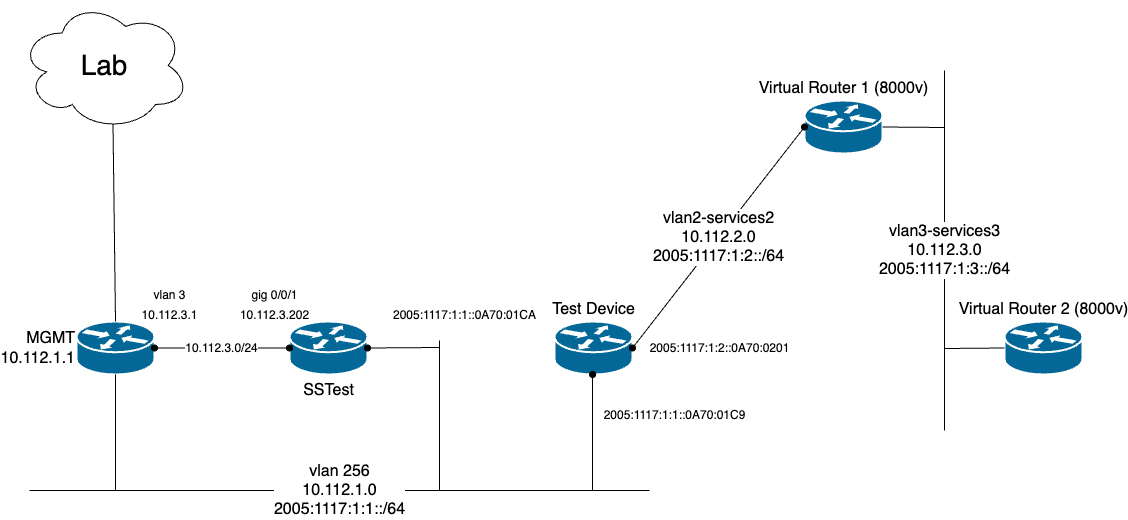
Above: Network_Diagram.png in JSkrab/Cisco_IPv6_Testing (draw.io), before the change. Source tidied: cells renumbered, new cells last; positions are measured from the earlier drawing's top-left corner, leaving out a move shared by most shapes.
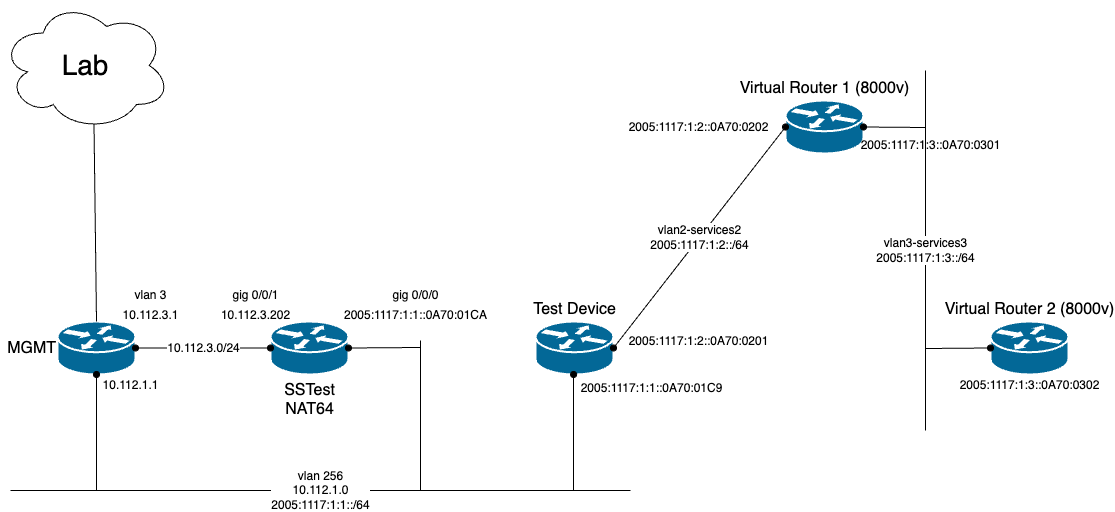
The same diagram one commit later.

Change to the diagram source:
```diff
@@ -5,7 +5,7 @@
     <mxCell id="2" value="&lt;font style=&quot;font-size: 28px;&quot;&gt;Lab&lt;/font&gt;" style="ellipse;shape=cloud;whiteSpace=wrap;html=1;" parent="1" vertex="1">
       <mxGeometry width="170" height="130" as="geometry" />
     </mxCell>
-    <mxCell id="3" value="&lt;span style=&quot;font-size: 16px;&quot;&gt;MGMT&lt;br&gt;10.112.1.1&lt;br&gt;&lt;/span&gt;" style="shape=mxgraph.cisco.routers.router;sketch=0;html=1;dashed=0;fillColor=#036897;strokeColor=#ffffff;strokeWidth=2;verticalLabelPosition=middle;verticalAlign=middle;align=right;outlineConnect=0;labelPosition=left;textDirection=ltr;" parent="1" vertex="1">
+    <mxCell id="3" value="&lt;span style=&quot;font-size: 16px;&quot;&gt;MGMT&lt;br&gt;&lt;/span&gt;" style="shape=mxgraph.cisco.routers.router;sketch=0;html=1;dashed=0;fillColor=#036897;strokeColor=#ffffff;strokeWidth=2;verticalLabelPosition=middle;verticalAlign=middle;align=right;outlineConnect=0;labelPosition=left;textDirection=ltr;" parent="1" vertex="1">
       <mxGeometry x="57" y="321" width="78" height="53" as="geometry" />
     </mxCell>
     <mxCell id="4" value="&lt;font style=&quot;font-size: 16px;&quot;&gt;Test Device&lt;/font&gt;" style="shape=mxgraph.cisco.routers.router;sketch=0;html=1;dashed=0;fillColor=#036897;strokeColor=#ffffff;strokeWidth=2;verticalLabelPosition=top;verticalAlign=bottom;align=center;outlineConnect=0;labelPosition=center;" parent="1" vertex="1">
@@ -15,31 +15,31 @@
       <mxGeometry x="785" y="100" width="78" height="53" as="geometry" />
     </mxCell>
     <mxCell id="6" value="&lt;font style=&quot;font-size: 16px;&quot;&gt;Virtual Router 2 (8000v)&lt;/font&gt;" style="shape=mxgraph.cisco.routers.router;sketch=0;html=1;dashed=0;fillColor=#036897;strokeColor=#ffffff;strokeWidth=2;verticalLabelPosition=top;verticalAlign=bottom;align=center;outlineConnect=0;labelPosition=center;" parent="1" vertex="1">
-      <mxGeometry x="985" y="321" width="78" height="53" as="geometry" />
+      <mxGeometry x="990" y="321" width="78" height="53" as="geometry" />
     </mxCell>
-    <mxCell id="7" value="&lt;font style=&quot;font-size: 16px;&quot;&gt;SSTest&lt;/font&gt;" style="shape=mxgraph.cisco.routers.router;sketch=0;html=1;dashed=0;fillColor=#036897;strokeColor=#ffffff;strokeWidth=2;verticalLabelPosition=bottom;verticalAlign=top;align=center;outlineConnect=0;" parent="1" vertex="1">
+    <mxCell id="7" value="&lt;font style=&quot;font-size: 16px;&quot;&gt;SSTest&lt;br&gt;NAT64&lt;br&gt;&lt;/font&gt;" style="shape=mxgraph.cisco.routers.router;sketch=0;html=1;dashed=0;fillColor=#036897;strokeColor=#ffffff;strokeWidth=2;verticalLabelPosition=bottom;verticalAlign=top;align=center;outlineConnect=0;" parent="1" vertex="1">
       <mxGeometry x="270" y="321" width="78" height="53" as="geometry" />
     </mxCell>
-    <mxCell id="8" value="&lt;font style=&quot;font-size: 16px;&quot;&gt;vlan2-services2&lt;br&gt;10.112.2.0&lt;br&gt;2005:1117:1:2::/64&lt;br&gt;&lt;/font&gt;" style="endArrow=oval;html=1;rounded=0;entryX=1;entryY=0.5;entryDx=0;entryDy=0;entryPerimeter=0;exitX=0;exitY=0.5;exitDx=0;exitDy=0;exitPerimeter=0;startArrow=oval;startFill=1;endFill=1;" parent="1" edge="1" source="5" target="4">
+    <mxCell id="8" value="&lt;font style=&quot;font-size: 12px;&quot;&gt;vlan2-services2&lt;br&gt;2005:1117:1:2::/64&lt;br&gt;&lt;/font&gt;" style="endArrow=oval;html=1;rounded=0;entryX=1;entryY=0.5;entryDx=0;entryDy=0;entryPerimeter=0;exitX=0;exitY=0.5;exitDx=0;exitDy=0;exitPerimeter=0;startArrow=oval;startFill=1;endFill=1;" parent="1" edge="1" source="5" target="4">
       <mxGeometry relative="1" as="geometry" />
     </mxCell>
-    <mxCell id="9" style="endArrow=none;html=1;rounded=0;entryX=1;entryY=0.5;entryDx=0;entryDy=0;entryPerimeter=0;" parent="1" edge="1" target="5">
+    <mxCell id="9" style="endArrow=oval;html=1;rounded=0;entryX=1;entryY=0.5;entryDx=0;entryDy=0;entryPerimeter=0;startArrow=none;startFill=0;endFill=1;" parent="1" edge="1" target="5">
       <mxGeometry relative="1" as="geometry">
         <mxPoint x="925" y="127" as="sourcePoint" />
       </mxGeometry>
     </mxCell>
-    <mxCell id="10" value="&lt;font style=&quot;font-size: 16px;&quot;&gt;vlan3-services3&lt;br&gt;10.112.3.0&lt;br&gt;2005:1117:1:3::/64&lt;/font&gt;" style="endArrow=none;html=1;rounded=0;" parent="1" edge="1">
+    <mxCell id="10" value="&lt;font style=&quot;font-size: 12px;&quot;&gt;vlan3-services3&lt;br&gt;2005:1117:1:3::/64&lt;/font&gt;" style="endArrow=none;html=1;rounded=0;" parent="1" edge="1">
       <mxGeometry relative="1" as="geometry">
         <mxPoint x="925" y="430" as="sourcePoint" />
         <mxPoint x="925" y="70" as="targetPoint" />
       </mxGeometry>
     </mxCell>
-    <mxCell id="11" style="endArrow=none;html=1;rounded=0;entryX=0;entryY=0.5;entryDx=0;entryDy=0;entryPerimeter=0;" parent="1" edge="1" target="6">
+    <mxCell id="11" style="endArrow=oval;html=1;rounded=0;entryX=0;entryY=0.5;entryDx=0;entryDy=0;entryPerimeter=0;endFill=1;" parent="1" edge="1" target="6">
       <mxGeometry relative="1" as="geometry">
         <mxPoint x="925" y="348" as="sourcePoint" />
       </mxGeometry>
     </mxCell>
-    <mxCell id="12" style="endArrow=none;html=1;rounded=0;entryX=0.5;entryY=1;entryDx=0;entryDy=0;entryPerimeter=0;" parent="1" edge="1" target="3">
+    <mxCell id="12" style="endArrow=oval;html=1;rounded=0;entryX=0.5;entryY=1;entryDx=0;entryDy=0;entryPerimeter=0;startArrow=none;startFill=0;endFill=1;" parent="1" edge="1" target="3">
       <mxGeometry relative="1" as="geometry">
         <mxPoint x="96" y="490" as="sourcePoint" />
       </mxGeometry>
@@ -50,7 +50,7 @@
         <mxPoint x="573.1" y="374" as="targetPoint" />
       </mxGeometry>
     </mxCell>
-    <mxCell id="14" value="&lt;span style=&quot;font-size: 16px;&quot;&gt;vlan 256&lt;br&gt;10.112.1.0&lt;br&gt;2005:1117:1:1::/64&lt;br&gt;&lt;/span&gt;" style="endArrow=none;html=1;rounded=0;" parent="1" edge="1">
+    <mxCell id="14" value="&lt;span style=&quot;font-size: 12px;&quot;&gt;vlan 256&lt;br&gt;10.112.1.0&lt;br&gt;2005:1117:1:1::/64&lt;br&gt;&lt;/span&gt;" style="endArrow=none;html=1;rounded=0;" parent="1" edge="1">
       <mxGeometry relative="1" as="geometry">
         <mxPoint x="10" y="490" as="sourcePoint" />
         <mxPoint x="630" y="490" as="targetPoint" />
@@ -77,13 +77,13 @@
       <mxGeometry relative="1" as="geometry" />
     </mxCell>
     <mxCell id="20" value="&lt;font style=&quot;font-size: 12px;&quot;&gt;2005:1117:1:1::0A70:01CA&lt;/font&gt;" style="text;html=1;align=center;verticalAlign=middle;strokeColor=none;fillColor=none;" parent="1" vertex="1">
-      <mxGeometry x="360" y="300" width="170" height="30" as="geometry" />
+      <mxGeometry x="330" y="300" width="170" height="30" as="geometry" />
     </mxCell>
     <mxCell id="21" value="2005:1117:1:1::0A70:01C9" style="text;html=1;align=center;verticalAlign=middle;strokeColor=none;fillColor=none;" parent="1" vertex="1">
-      <mxGeometry x="570" y="400" width="170" height="30" as="geometry" />
+      <mxGeometry x="566" y="373" width="170" height="30" as="geometry" />
     </mxCell>
     <mxCell id="22" value="2005:1117:1:2::0A70:0201" style="text;html=1;align=center;verticalAlign=middle;strokeColor=none;fillColor=none;" parent="1" vertex="1">
-      <mxGeometry x="620" y="332.5" width="160" height="30" as="geometry" />
+      <mxGeometry x="618" y="325.5" width="160" height="30" as="geometry" />
     </mxCell>
     <mxCell id="23" value="10.112.3.1" style="text;html=1;align=center;verticalAlign=middle;strokeColor=none;fillColor=none;" parent="1" vertex="1">
       <mxGeometry x="110" y="300" width="80" height="30" as="geometry" />
@@ -94,5 +94,20 @@
     <mxCell id="25" value="gig 0/0/1" style="text;html=1;align=center;verticalAlign=middle;strokeColor=none;fillColor=none;" parent="1" vertex="1">
       <mxGeometry x="220" y="280" width="70" height="30" as="geometry" />
     </mxCell>
+    <mxCell id="26" value="10.112.1.1" style="text;html=1;align=center;verticalAlign=middle;strokeColor=none;fillColor=none;" parent="1" vertex="1">
+      <mxGeometry x="90" y="370" width="80" height="30" as="geometry" />
+    </mxCell>
+    <mxCell id="27" value="2005:1117:1:2::0A70:0202" style="text;html=1;align=center;verticalAlign=middle;strokeColor=none;fillColor=none;" parent="1" vertex="1">
+      <mxGeometry x="618" y="111.5" width="160" height="30" as="geometry" />
+    </mxCell>
+    <mxCell id="28" value="2005:1117:1:3::0A70:0301" style="text;html=1;align=center;verticalAlign=middle;strokeColor=none;fillColor=none;" parent="1" vertex="1">
+      <mxGeometry x="850" y="130" width="160" height="30" as="geometry" />
+    </mxCell>
+    <mxCell id="29" value="2005:1117:1:3::0A70:0302" style="text;html=1;align=center;verticalAlign=middle;strokeColor=none;fillColor=none;" parent="1" vertex="1">
+      <mxGeometry x="949" y="370" width="160" height="30" as="geometry" />
+    </mxCell>
+    <mxCell id="30" value="gig 0/0/0" style="text;html=1;align=center;verticalAlign=middle;strokeColor=none;fillColor=none;" parent="1" vertex="1">
+      <mxGeometry x="380" y="280" width="70" height="30" as="geometry" />
+    </mxCell>
   </root>
 </mxGraphModel>
```
